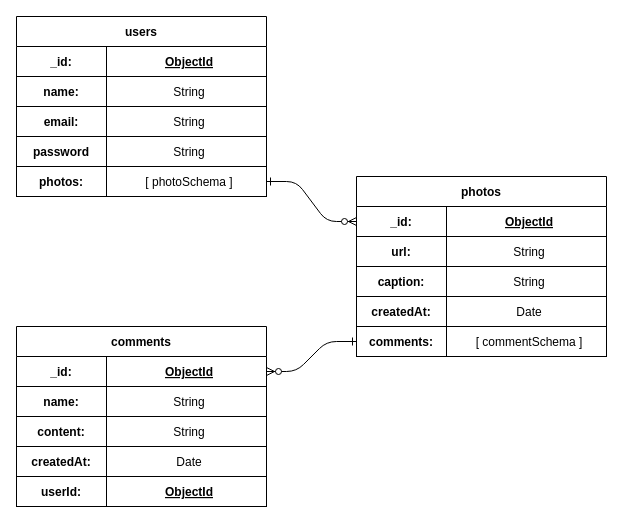
Above: Untitled Diagram.drawio in philjang/sf-upstream (draw.io), before the change. Source tidied: cells renumbered, new cells numbered last; positions are measured from the earlier drawing's top-left corner, leaving out a move shared by most shapes. Both pictures are drawn from the tidied source at 100%, with x=0, y=0 at pixel (16, 16).
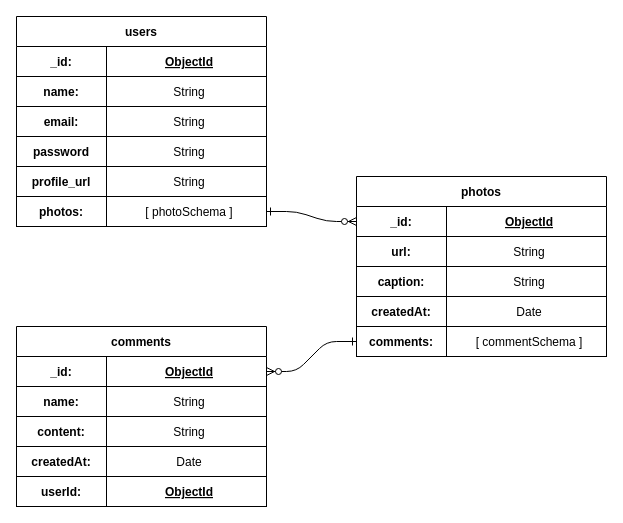
The same diagram, later.

The edit, as a diff of the source:
```diff
@@
     <mxCell id="3" value="users" style="shape=table;startSize=30;childLayout=tableLayout;rowLines=0;fontStyle=1;align=center;" parent="1" vertex="1">
-      <mxGeometry width="250" height="180" as="geometry" />
+      <mxGeometry width="250" height="210" as="geometry" />
     </mxCell>
@@
+    <mxCell id="52" style="shape=tableRow;horizontal=0;startSize=0;swimlaneHead=0;swimlaneBody=0;fillColor=none;top=0;left=0;right=0;bottom=1;" parent="3" vertex="1">
+      <mxGeometry y="150" width="250" height="30" as="geometry" />
+    </mxCell>
+    <mxCell id="53" value="profile_url" style="shape=partialRectangle;fillColor=none;top=0;left=0;bottom=0;right=0;fontStyle=1;overflow=hidden;" parent="52" vertex="1">
+      <mxGeometry width="90" height="30" as="geometry" />
+    </mxCell>
+    <mxCell id="54" value="String" style="shape=partialRectangle;fillColor=none;top=0;left=0;bottom=0;right=0;align=center;spacingLeft=6;fontStyle=0;overflow=hidden;" parent="52" vertex="1">
+      <mxGeometry x="90" width="160" height="30" as="geometry" />
+    </mxCell>
     <mxCell id="16" style="shape=tableRow;horizontal=0;startSize=0;swimlaneHead=0;swimlaneBody=0;fillColor=none;points=[[0,0.5],[1,0.5]];portConstraint=eastwest;top=0;left=0;right=0;bottom=1;" parent="3" vertex="1">
-      <mxGeometry y="150" width="250" height="30" as="geometry" />
+      <mxGeometry y="180" width="250" height="30" as="geometry" />
     </mxCell>
```
